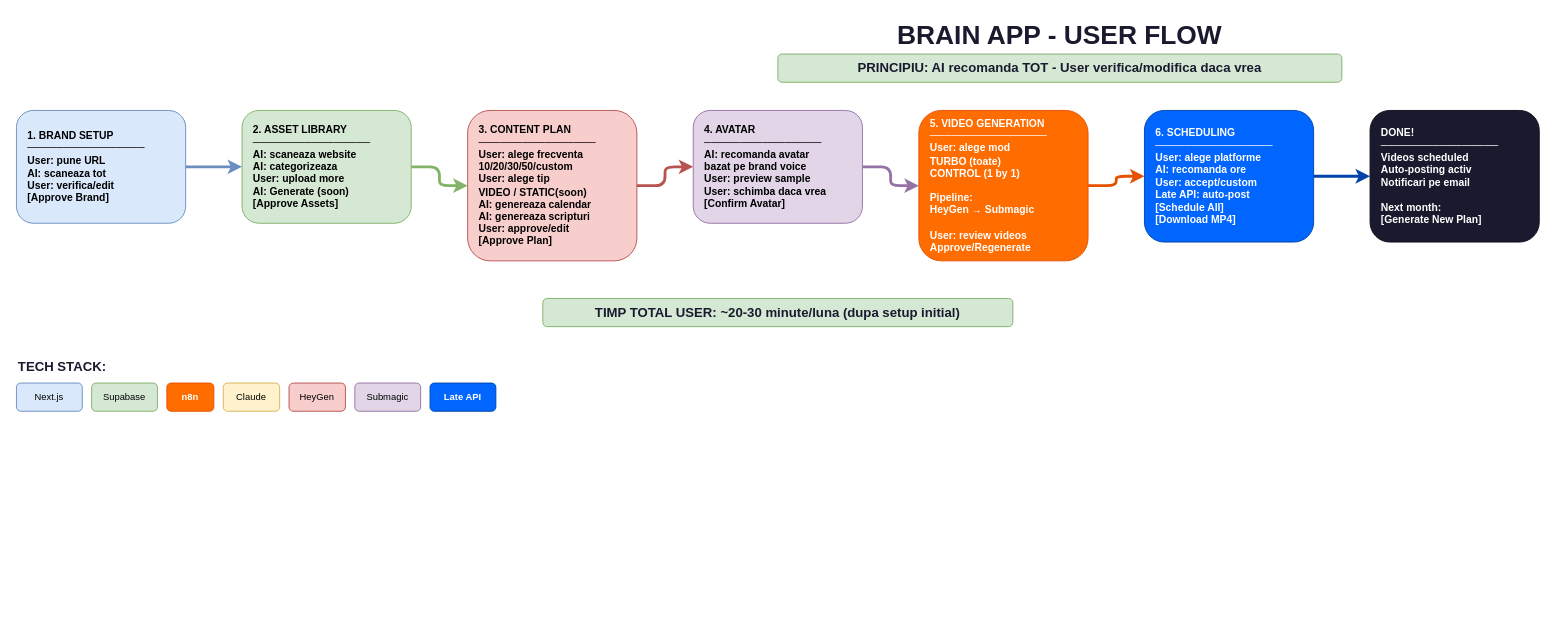
The draw.io diagram page "2. USER FLOW" (2 of 3) of brain.drawio in sebastianvat/base18, before the edit. Source tidied: cells renumbered, new cells numbered last; positions are measured from the earlier drawing's top-left corner, leaving out a move shared by most shapes. Both pictures are drawn from the tidied source at 94%, with x=0, y=0 at pixel (16, 16).
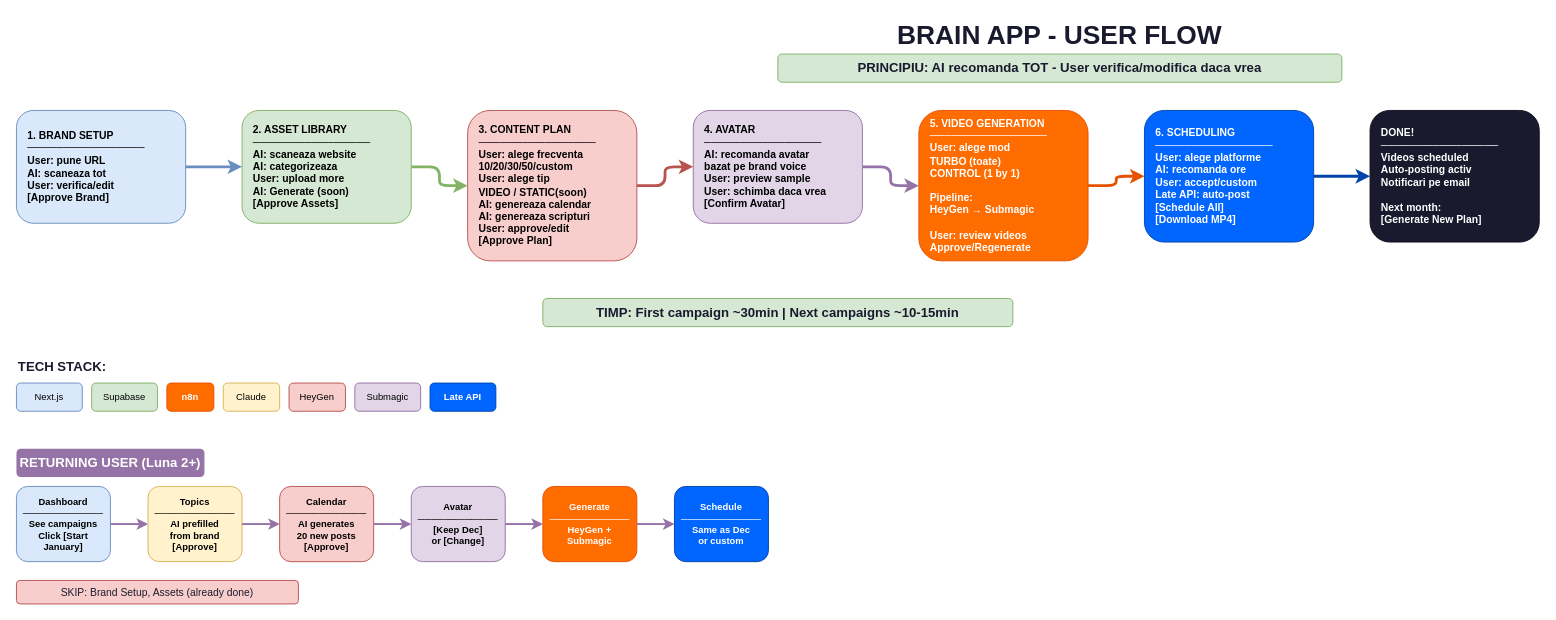
After the change.

Commit message (it also covers changes not shown here):
Add CAMPAIGNS system: multi-brand, monthly campaigns, returning user flow

The edit, as a diff of the source:
```diff
@@
-    <mxCell id="17" value="TIMP TOTAL USER: ~20-30 minute/luna (dupa setup initial)" style="text;html=1;strokeColor=#82b366;fillColor=#d5e8d4;align=center;verticalAlign=middle;whiteSpace=wrap;rounded=1;fontSize=14;fontStyle=1;fontColor=#1a1a2e;" parent="1" vertex="1">
+    <mxCell id="17" value="TIMP: First campaign ~30min | Next campaigns ~10-15min" style="text;html=1;strokeColor=#82b366;fillColor=#d5e8d4;align=center;verticalAlign=middle;whiteSpace=wrap;rounded=1;fontSize=14;fontStyle=1;fontColor=#1a1a2e;" parent="1" vertex="1">
       <mxGeometry x="560" y="300" width="500" height="30" as="geometry" />
     </mxCell>
+    <mxCell id="26" value="RETURNING USER (Luna 2+)" style="text;html=1;strokeColor=none;fillColor=#9673a6;align=center;verticalAlign=middle;whiteSpace=wrap;rounded=1;fontSize=14;fontStyle=1;fontColor=#ffffff;" parent="1" vertex="1">
+      <mxGeometry y="460" width="200" height="30" as="geometry" />
+    </mxCell>
+    <mxCell id="27" value="Dashboard&#10;────────────&#10;See campaigns&#10;Click [Start&#10;January]" style="rounded=1;whiteSpace=wrap;html=1;fillColor=#dae8fc;strokeColor=#6c8ebf;align=center;fontSize=10;fontStyle=1;" parent="1" vertex="1">
+      <mxGeometry y="500" width="100" height="80" as="geometry" />
+    </mxCell>
+    <mxCell id="28" style="edgeStyle=orthogonalEdgeStyle;rounded=1;jettySize=auto;html=1;strokeWidth=2;strokeColor=#9673a6;" parent="1" edge="1" source="27" target="29">
+      <mxGeometry relative="1" as="geometry" />
+    </mxCell>
+    <mxCell id="29" value="Topics&#10;────────────&#10;AI prefilled&#10;from brand&#10;[Approve]" style="rounded=1;whiteSpace=wrap;html=1;fillColor=#fff2cc;strokeColor=#d6b656;align=center;fontSize=10;fontStyle=1;" parent="1" vertex="1">
+      <mxGeometry x="140" y="500" width="100" height="80" as="geometry" />
+    </mxCell>
+    <mxCell id="30" style="edgeStyle=orthogonalEdgeStyle;rounded=1;jettySize=auto;html=1;strokeWidth=2;strokeColor=#9673a6;" parent="1" edge="1" source="29" target="31">
+      <mxGeometry relative="1" as="geometry" />
+    </mxCell>
+    <mxCell id="31" value="Calendar&#10;────────────&#10;AI generates&#10;20 new posts&#10;[Approve]" style="rounded=1;whiteSpace=wrap;html=1;fillColor=#f8cecc;strokeColor=#b85450;align=center;fontSize=10;fontStyle=1;" parent="1" vertex="1">
+      <mxGeometry x="280" y="500" width="100" height="80" as="geometry" />
+    </mxCell>
+    <mxCell id="32" style="edgeStyle=orthogonalEdgeStyle;rounded=1;jettySize=auto;html=1;strokeWidth=2;strokeColor=#9673a6;" parent="1" edge="1" source="31" target="33">
+      <mxGeometry relative="1" as="geometry" />
+    </mxCell>
+    <mxCell id="33" value="Avatar&#10;────────────&#10;[Keep Dec]&#10;or [Change]" style="rounded=1;whiteSpace=wrap;html=1;fillColor=#e1d5e7;strokeColor=#9673a6;align=center;fontSize=10;fontStyle=1;" parent="1" vertex="1">
+      <mxGeometry x="420" y="500" width="100" height="80" as="geometry" />
+    </mxCell>
+    <mxCell id="34" style="edgeStyle=orthogonalEdgeStyle;rounded=1;jettySize=auto;html=1;strokeWidth=2;strokeColor=#9673a6;" parent="1" edge="1" source="33" target="35">
+      <mxGeometry relative="1" as="geometry" />
+    </mxCell>
+    <mxCell id="35" value="Generate&#10;────────────&#10;HeyGen +&#10;Submagic" style="rounded=1;whiteSpace=wrap;html=1;fillColor=#FF6D00;strokeColor=#E65100;fontColor=#ffffff;align=center;fontSize=10;fontStyle=1;" parent="1" vertex="1">
+      <mxGeometry x="560" y="500" width="100" height="80" as="geometry" />
+    </mxCell>
+    <mxCell id="36" style="edgeStyle=orthogonalEdgeStyle;rounded=1;jettySize=auto;html=1;strokeWidth=2;strokeColor=#9673a6;" parent="1" edge="1" source="35" target="37">
+      <mxGeometry relative="1" as="geometry" />
+    </mxCell>
+    <mxCell id="37" value="Schedule&#10;────────────&#10;Same as Dec&#10;or custom" style="rounded=1;whiteSpace=wrap;html=1;fillColor=#0066FF;strokeColor=#0044AA;fontColor=#ffffff;align=center;fontSize=10;fontStyle=1;" parent="1" vertex="1">
+      <mxGeometry x="700" y="500" width="100" height="80" as="geometry" />
+    </mxCell>
+    <mxCell id="38" value="SKIP: Brand Setup, Assets (already done)" style="text;html=1;strokeColor=#b85450;fillColor=#f8cecc;align=center;verticalAlign=middle;whiteSpace=wrap;rounded=1;fontSize=11;fontColor=#1a1a2e;" parent="1" vertex="1">
+      <mxGeometry y="600" width="300" height="25" as="geometry" />
+    </mxCell>
```
